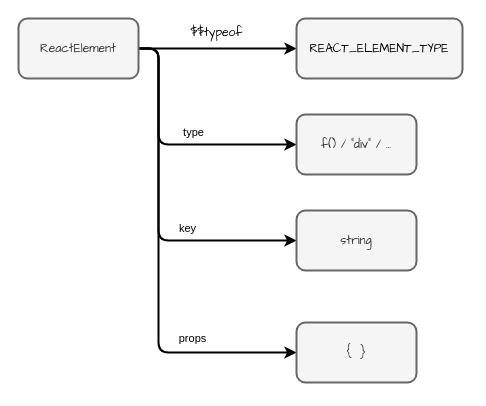
Earlier version of the draw.io diagram page "ReactElement" (3 of 3) of struct.dio (EnjoyNaive/react). Source tidied: cells renumbered, new cells numbered last; positions are measured from the earlier drawing's top-left corner, leaving out a move shared by most shapes. Both pictures are drawn from the tidied source at 100%, with x=0, y=0 at pixel (18, 18).
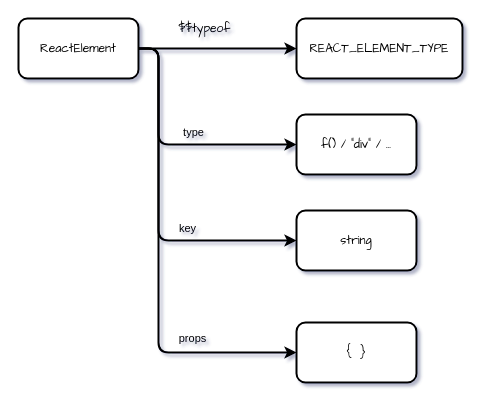
The same page after the edit.

Change to the diagram source:
```diff
@@
-<mxGraphModel background="#ffffff">
+<mxGraphModel background="#ffffff" shadow="1">
@@
-    <mxCell id="2" value="&lt;span style=&quot;font-family: &amp;#34;comic sans ms&amp;#34; ; font-size: 12px ; background-color: rgb(255 , 255 , 255)&quot;&gt;&lt;font color=&quot;#000000&quot;&gt;$$typeof&lt;/font&gt;&lt;/span&gt;" style="edgeStyle=orthogonalEdgeStyle;rounded=0;jettySize=auto;html=1;strokeWidth=2;strokeColor=#000000;" parent="1" edge="1" source="9" target="10">
+    <mxCell id="2" style="edgeStyle=orthogonalEdgeStyle;rounded=0;jettySize=auto;html=1;strokeWidth=2;strokeColor=#000000;" parent="1" edge="1" source="9" target="10">
       <mxGeometry x="-0.02" y="15" relative="1" as="geometry">
         <mxPoint x="1" as="offset" />
       </mxGeometry>
     </mxCell>
@@
-    <mxCell id="9" value="&lt;div style=&quot;line-height: 30px&quot;&gt;ReactElement&lt;/div&gt;" style="rounded=1;whiteSpace=wrap;html=1;strokeWidth=2;fillColor=#f5f5f5;strokeColor=#666666;fontColor=#333333;fontFamily=Comic Sans MS;" parent="1" vertex="1">
+    <mxCell id="9" value="&lt;div style=&quot;line-height: 30px&quot;&gt;ReactElement&lt;/div&gt;" style="rounded=1;whiteSpace=wrap;html=1;strokeWidth=2;fontFamily=Comic Sans MS;" parent="1" vertex="1">
       <mxGeometry width="120" height="60" as="geometry" />
     </mxCell>
-    <mxCell id="10" value="&lt;div style=&quot;line-height: 30px&quot;&gt;&lt;div style=&quot;line-height: 30px&quot;&gt;&lt;font color=&quot;#000000&quot;&gt;REACT_ELEMENT_TYPE&lt;/font&gt;&lt;/div&gt;&lt;/div&gt;" style="rounded=1;whiteSpace=wrap;html=1;strokeWidth=2;fillColor=#f5f5f5;strokeColor=#666666;fontColor=#333333;fontFamily=Comic Sans MS;" parent="1" vertex="1">
+    <mxCell id="10" value="&lt;div style=&quot;line-height: 30px&quot;&gt;&lt;div style=&quot;line-height: 30px&quot;&gt;&lt;font color=&quot;#000000&quot;&gt;REACT_ELEMENT_TYPE&lt;/font&gt;&lt;/div&gt;&lt;/div&gt;" style="rounded=1;whiteSpace=wrap;html=1;strokeWidth=2;fontFamily=Comic Sans MS;" parent="1" vertex="1">
       <mxGeometry x="278" width="166" height="60" as="geometry" />
     </mxCell>
-    <mxCell id="11" value="&lt;div style=&quot;line-height: 30px&quot;&gt;f() / &quot;div&quot; / ...&lt;/div&gt;" style="rounded=1;whiteSpace=wrap;html=1;strokeWidth=2;fillColor=#f5f5f5;strokeColor=#666666;fontColor=#333333;fontFamily=Comic Sans MS;" parent="1" vertex="1">
+    <mxCell id="11" value="&lt;div style=&quot;line-height: 30px&quot;&gt;f() / &quot;div&quot; / ...&lt;/div&gt;" style="rounded=1;whiteSpace=wrap;html=1;strokeWidth=2;fontFamily=Comic Sans MS;" parent="1" vertex="1">
       <mxGeometry x="278" y="96" width="120" height="60" as="geometry" />
     </mxCell>
-    <mxCell id="12" value="&lt;div style=&quot;line-height: 30px&quot;&gt;string&lt;/div&gt;" style="rounded=1;whiteSpace=wrap;html=1;strokeWidth=2;fillColor=#f5f5f5;strokeColor=#666666;fontColor=#333333;fontFamily=Comic Sans MS;" parent="1" vertex="1">
+    <mxCell id="12" value="&lt;div style=&quot;line-height: 30px&quot;&gt;string&lt;/div&gt;" style="rounded=1;whiteSpace=wrap;html=1;strokeWidth=2;fontFamily=Comic Sans MS;" parent="1" vertex="1">
       <mxGeometry x="278" y="192" width="120" height="60" as="geometry" />
     </mxCell>
-    <mxCell id="13" value="&lt;div style=&quot;line-height: 30px&quot;&gt;{&amp;nbsp; }&lt;/div&gt;" style="rounded=1;whiteSpace=wrap;html=1;strokeWidth=2;fillColor=#f5f5f5;strokeColor=#666666;fontColor=#333333;fontFamily=Comic Sans MS;" parent="1" vertex="1">
+    <mxCell id="13" value="&lt;div style=&quot;line-height: 30px&quot;&gt;{&amp;nbsp; }&lt;/div&gt;" style="rounded=1;whiteSpace=wrap;html=1;strokeWidth=2;fontFamily=Comic Sans MS;" parent="1" vertex="1">
       <mxGeometry x="278" y="304" width="120" height="60" as="geometry" />
     </mxCell>
+    <mxCell id="14" value="$$typeof" style="text;html=1;align=center;verticalAlign=middle;fontFamily=Comic Sans MS;" parent="1" vertex="1">
+      <mxGeometry x="154" y="2" width="64" height="18" as="geometry" />
+    </mxCell>
```
